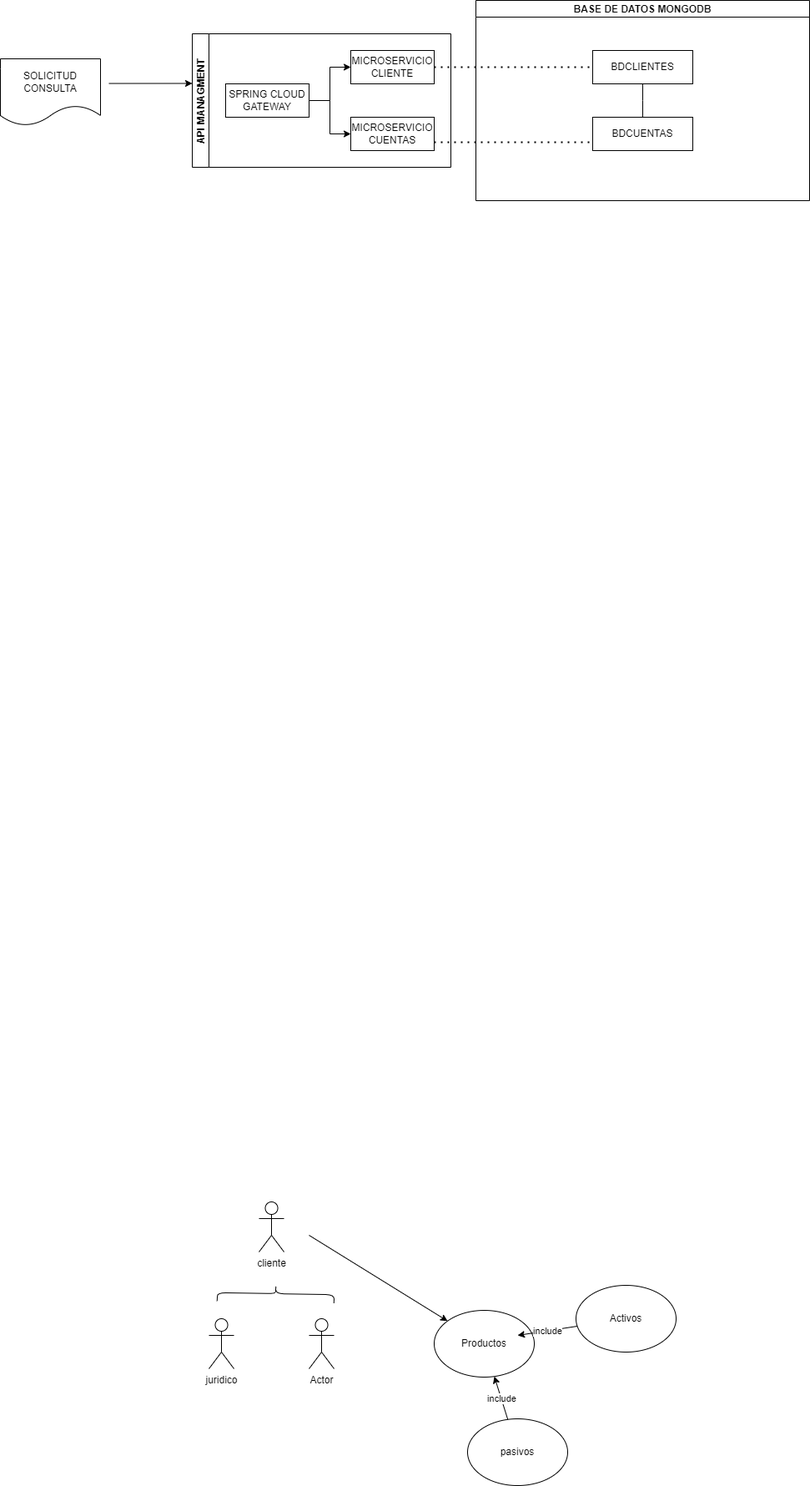
The draw.io diagram proyectosemana1/CUN proyecto semana 1.drawio.png in joffrehermosilla/proyectosemana1, before a commit. Source tidied: cells renumbered, new cells last; positions are measured from the earlier drawing's top-left corner, leaving out a move shared by most shapes.
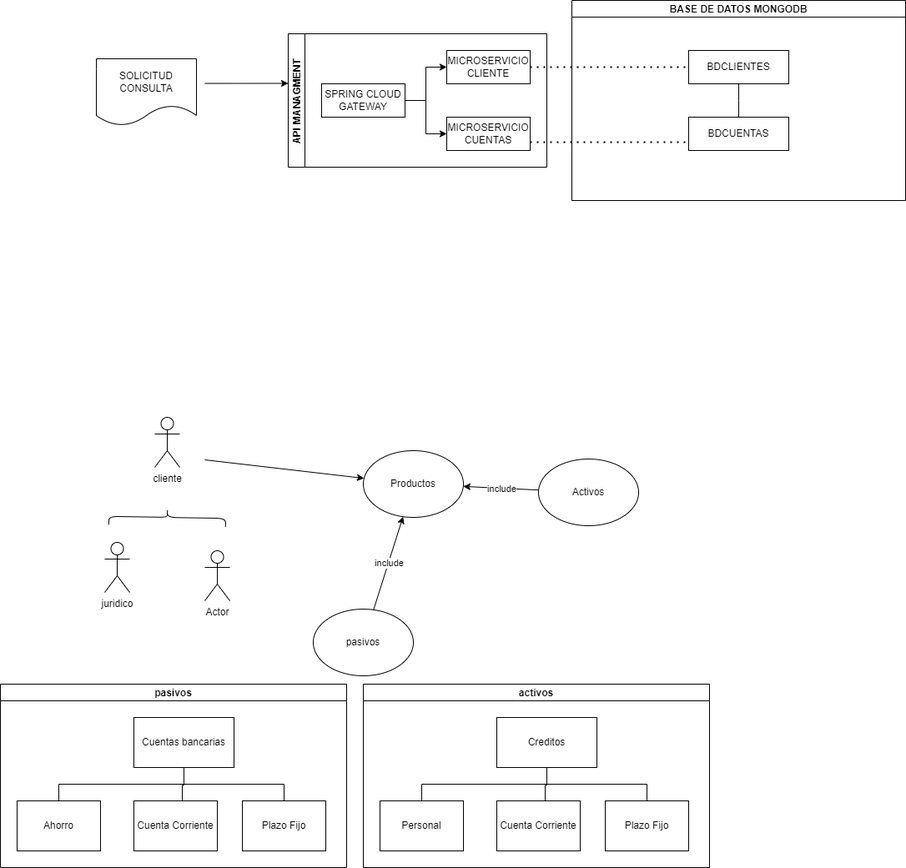
After the commit.

Diff of the diagram source:
```diff
@@ -3,35 +3,33 @@
     <mxCell id="0" />
     <mxCell id="1" parent="0" />
     <mxCell id="2" value="Actor" style="shape=umlActor;verticalLabelPosition=bottom;verticalAlign=top;html=1;" parent="1" vertex="1">
-      <mxGeometry x="370" y="1580" width="30" height="60" as="geometry" />
+      <mxGeometry x="130" y="660" width="30" height="60" as="geometry" />
     </mxCell>
     <mxCell id="3" style="endArrow=classic;html=1;rounded=0;" parent="1" edge="1" target="4">
       <mxGeometry relative="1" as="geometry">
-        <mxPoint x="370" y="1480" as="sourcePoint" />
+        <mxPoint x="130" y="551" as="sourcePoint" />
       </mxGeometry>
     </mxCell>
     <mxCell id="4" value="Productos&lt;br&gt;" style="ellipse;whiteSpace=wrap;html=1;" parent="1" vertex="1">
-      <mxGeometry x="520" y="1570" width="120" height="80" as="geometry" />
+      <mxGeometry x="320" y="540" width="120" height="80" as="geometry" />
     </mxCell>
     <mxCell id="5" value="pasivos" style="ellipse;whiteSpace=wrap;html=1;" parent="1" vertex="1">
-      <mxGeometry x="560" y="1700" width="120" height="80" as="geometry" />
+      <mxGeometry x="260" y="730" width="120" height="80" as="geometry" />
     </mxCell>
     <mxCell id="6" value="Activos&lt;br&gt;" style="ellipse;whiteSpace=wrap;html=1;" parent="1" vertex="1">
-      <mxGeometry x="690" y="1540" width="120" height="80" as="geometry" />
+      <mxGeometry x="530" y="550" width="120" height="80" as="geometry" />
     </mxCell>
     <mxCell id="7" value="juridico" style="shape=umlActor;verticalLabelPosition=bottom;verticalAlign=top;html=1;" parent="1" vertex="1">
-      <mxGeometry x="250" y="1580" width="30" height="60" as="geometry" />
+      <mxGeometry x="10" y="650" width="30" height="60" as="geometry" />
     </mxCell>
     <mxCell id="8" value="cliente" style="shape=umlActor;verticalLabelPosition=bottom;verticalAlign=top;html=1;" parent="1" vertex="1">
-      <mxGeometry x="310" y="1440" width="30" height="60" as="geometry" />
+      <mxGeometry x="70" y="500" width="30" height="60" as="geometry" />
     </mxCell>
     <mxCell id="9" style="shape=curlyBracket;whiteSpace=wrap;html=1;rounded=1;rotation=91;" parent="1" vertex="1">
-      <mxGeometry x="320" y="1480" width="20" height="140" as="geometry" />
+      <mxGeometry x="75" y="550" width="20" height="140" as="geometry" />
     </mxCell>
-    <mxCell id="10" style="endArrow=classic;html=1;rounded=0;" parent="1" edge="1" source="6">
-      <mxGeometry relative="1" as="geometry">
-        <mxPoint x="620" y="1600" as="targetPoint" />
-      </mxGeometry>
+    <mxCell id="10" style="endArrow=classic;html=1;rounded=0;" parent="1" edge="1" source="6" target="4">
+      <mxGeometry relative="1" as="geometry" />
     </mxCell>
     <mxCell id="11" value="include" style="edgeLabel;html=1;align=center;verticalAlign=middle;" parent="10" vertex="1">
       <mxGeometry relative="1" as="geometry" />
@@ -89,5 +87,53 @@
     <mxCell id="27" value="SOLICITUD CONSULTA" style="shape=document;whiteSpace=wrap;html=1;boundedLbl=1;" parent="1" vertex="1">
       <mxGeometry y="70" width="120" height="80" as="geometry" />
     </mxCell>
+    <mxCell id="28" value="pasivos" style="swimlane;startSize=20;horizontal=1;containerType=tree;newEdgeStyle={&quot;edgeStyle&quot;:&quot;elbowEdgeStyle&quot;,&quot;startArrow&quot;:&quot;none&quot;,&quot;endArrow&quot;:&quot;none&quot;};" parent="1" vertex="1">
+      <mxGeometry x="-115" y="820" width="415" height="220" as="geometry" />
+    </mxCell>
+    <mxCell id="29" style="edgeStyle=elbowEdgeStyle;elbow=vertical;startArrow=none;endArrow=none;rounded=0;" parent="28" edge="1" source="31" target="32">
+      <mxGeometry relative="1" as="geometry" />
+    </mxCell>
+    <mxCell id="30" style="edgeStyle=elbowEdgeStyle;elbow=vertical;startArrow=none;endArrow=none;rounded=0;entryX=0.58;entryY=0.033;entryDx=0;entryDy=0;entryPerimeter=0;" parent="28" edge="1" source="31" target="33">
+      <mxGeometry relative="1" as="geometry" />
+    </mxCell>
+    <mxCell id="31" value="Cuentas bancarias" style="whiteSpace=wrap;html=1;align=center;newEdgeStyle={&quot;edgeStyle&quot;:&quot;elbowEdgeStyle&quot;,&quot;startArrow&quot;:&quot;none&quot;,&quot;endArrow&quot;:&quot;none&quot;};" parent="28" vertex="1">
+      <mxGeometry x="160" y="40" width="120" height="60" as="geometry" />
+    </mxCell>
+    <mxCell id="32" value="Ahorro" style="whiteSpace=wrap;html=1;align=center;verticalAlign=middle;newEdgeStyle={&quot;edgeStyle&quot;:&quot;elbowEdgeStyle&quot;,&quot;startArrow&quot;:&quot;none&quot;,&quot;endArrow&quot;:&quot;none&quot;};" parent="28" vertex="1">
+      <mxGeometry x="20" y="140" width="100" height="60" as="geometry" />
+    </mxCell>
+    <mxCell id="33" value="Cuenta Corriente" style="whiteSpace=wrap;html=1;align=center;verticalAlign=middle;newEdgeStyle={&quot;edgeStyle&quot;:&quot;elbowEdgeStyle&quot;,&quot;startArrow&quot;:&quot;none&quot;,&quot;endArrow&quot;:&quot;none&quot;};" parent="28" vertex="1">
+      <mxGeometry x="160" y="140" width="100" height="60" as="geometry" />
+    </mxCell>
+    <mxCell id="34" value="Plazo Fijo" style="whiteSpace=wrap;html=1;align=center;verticalAlign=middle;newEdgeStyle={&quot;edgeStyle&quot;:&quot;elbowEdgeStyle&quot;,&quot;startArrow&quot;:&quot;none&quot;,&quot;endArrow&quot;:&quot;none&quot;};" parent="28" vertex="1">
+      <mxGeometry x="290" y="140" width="100" height="60" as="geometry" />
+    </mxCell>
+    <mxCell id="35" style="edgeStyle=elbowEdgeStyle;elbow=vertical;startArrow=none;endArrow=none;rounded=0;exitX=0.5;exitY=1;exitDx=0;exitDy=0;" parent="28" edge="1" source="31" target="34">
+      <mxGeometry relative="1" as="geometry" />
+    </mxCell>
+    <mxCell id="36" value="activos" style="swimlane;startSize=20;horizontal=1;containerType=tree;newEdgeStyle={&quot;edgeStyle&quot;:&quot;elbowEdgeStyle&quot;,&quot;startArrow&quot;:&quot;none&quot;,&quot;endArrow&quot;:&quot;none&quot;};" parent="1" vertex="1">
+      <mxGeometry x="320" y="820" width="415" height="220" as="geometry" />
+    </mxCell>
+    <mxCell id="37" style="edgeStyle=elbowEdgeStyle;elbow=vertical;startArrow=none;endArrow=none;rounded=0;" parent="36" edge="1" source="39" target="40">
+      <mxGeometry relative="1" as="geometry" />
+    </mxCell>
+    <mxCell id="38" style="edgeStyle=elbowEdgeStyle;elbow=vertical;startArrow=none;endArrow=none;rounded=0;entryX=0.58;entryY=0.033;entryDx=0;entryDy=0;entryPerimeter=0;" parent="36" edge="1" source="39" target="41">
+      <mxGeometry relative="1" as="geometry" />
+    </mxCell>
+    <mxCell id="39" value="Creditos" style="whiteSpace=wrap;html=1;align=center;newEdgeStyle={&quot;edgeStyle&quot;:&quot;elbowEdgeStyle&quot;,&quot;startArrow&quot;:&quot;none&quot;,&quot;endArrow&quot;:&quot;none&quot;};" parent="36" vertex="1">
+      <mxGeometry x="160" y="40" width="120" height="60" as="geometry" />
+    </mxCell>
+    <mxCell id="40" value="Personal" style="whiteSpace=wrap;html=1;align=center;verticalAlign=middle;newEdgeStyle={&quot;edgeStyle&quot;:&quot;elbowEdgeStyle&quot;,&quot;startArrow&quot;:&quot;none&quot;,&quot;endArrow&quot;:&quot;none&quot;};" parent="36" vertex="1">
+      <mxGeometry x="20" y="140" width="100" height="60" as="geometry" />
+    </mxCell>
+    <mxCell id="41" value="Cuenta Corriente" style="whiteSpace=wrap;html=1;align=center;verticalAlign=middle;newEdgeStyle={&quot;edgeStyle&quot;:&quot;elbowEdgeStyle&quot;,&quot;startArrow&quot;:&quot;none&quot;,&quot;endArrow&quot;:&quot;none&quot;};" parent="36" vertex="1">
+      <mxGeometry x="160" y="140" width="100" height="60" as="geometry" />
+    </mxCell>
+    <mxCell id="42" value="Plazo Fijo" style="whiteSpace=wrap;html=1;align=center;verticalAlign=middle;newEdgeStyle={&quot;edgeStyle&quot;:&quot;elbowEdgeStyle&quot;,&quot;startArrow&quot;:&quot;none&quot;,&quot;endArrow&quot;:&quot;none&quot;};" parent="36" vertex="1">
+      <mxGeometry x="290" y="140" width="100" height="60" as="geometry" />
+    </mxCell>
+    <mxCell id="43" style="edgeStyle=elbowEdgeStyle;elbow=vertical;startArrow=none;endArrow=none;rounded=0;exitX=0.5;exitY=1;exitDx=0;exitDy=0;" parent="36" edge="1" source="39" target="42">
+      <mxGeometry relative="1" as="geometry" />
+    </mxCell>
   </root>
 </mxGraphModel>
```
